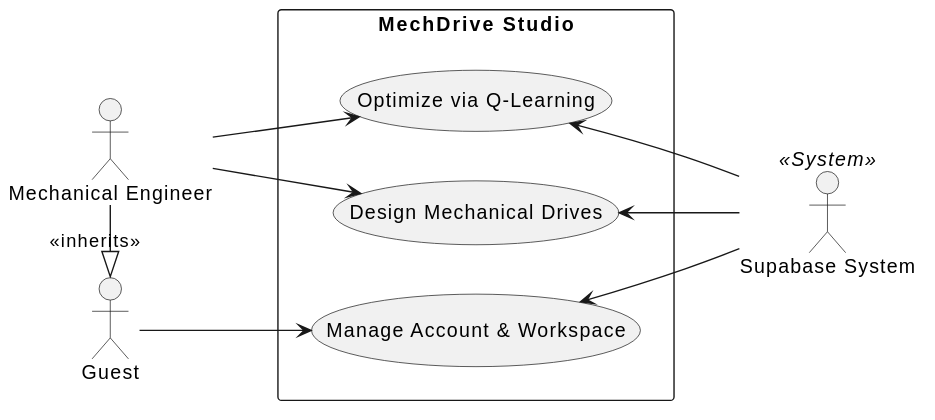
This is docs/uml/uc_high_level.svg from dvydinh/mechdrive, a PlantUML export, as it was before one commit.
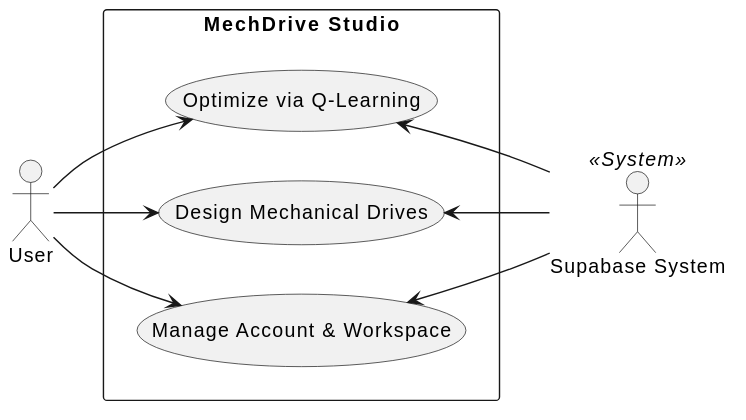
After the commit.

What changed in the source:
```diff
@@ -2,11 +2,7 @@
 left to right direction
 skinparam packageStyle rectangle
 
-together {
-  actor "Guest" as guest
-  actor "Mechanical Engineer" as eng
-}
-
+actor "User" as user
 actor "Supabase System" as supa << System >>
 
 package "MechDrive Studio" {
@@ -17,11 +13,9 @@
   }
 }
 
-guest <|- eng : <<inherits>>
-
-guest --> UC1
-eng --> UC2
-eng --> UC3
+user --> UC1
+user --> UC2
+user --> UC3
 
 UC1 <-- supa
 UC2 <-- supa
```
